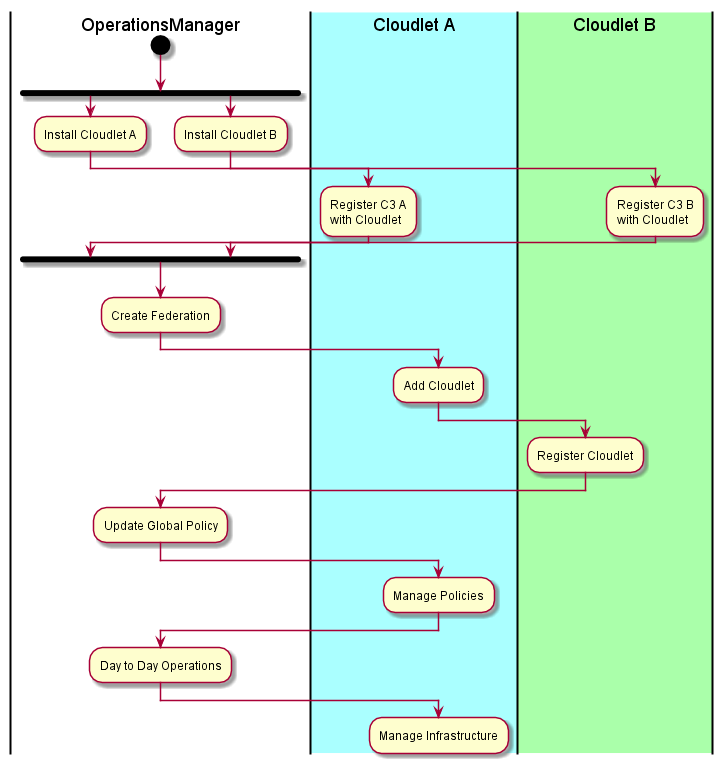
Before: docs/Actors/Operations-Manager/Workflow.png, a diagram exported from PlantUML (CAADE/CloudLet).
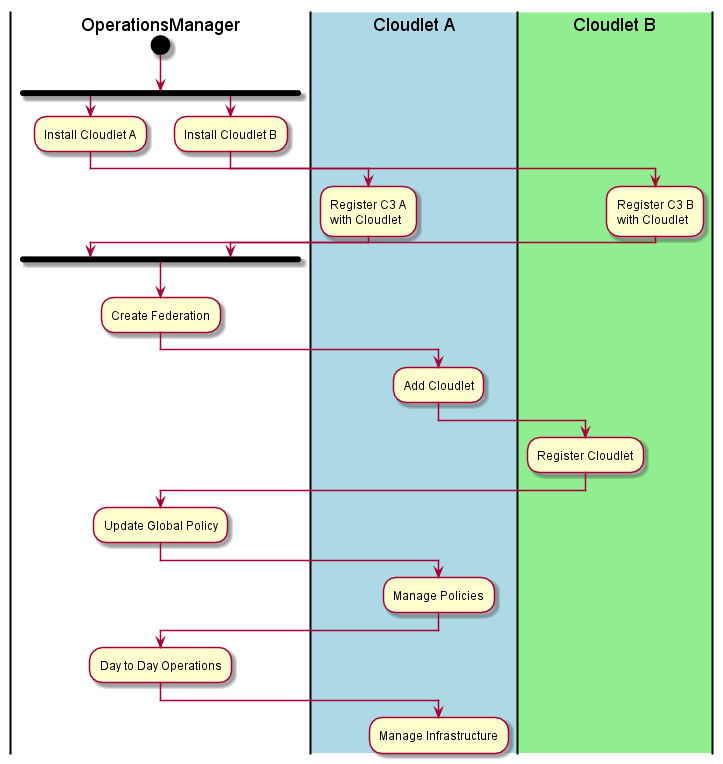
After the change.

Diff of the diagram source:
```diff
@@ -3,12 +3,12 @@
 start
 fork
 :Install Cloudlet A;
-|#aaffff|Cloudlet A|
+|#lightblue|Cloudlet A|
 :Register C3 A\nwith Cloudlet;
 fork again
 |OperationsManager|
 :Install Cloudlet B;
-|#aaffaa|Cloudlet B|
+|#lightgreen|Cloudlet B|
 :Register C3 B\nwith Cloudlet;
 end fork
 |OperationsManager|
```
